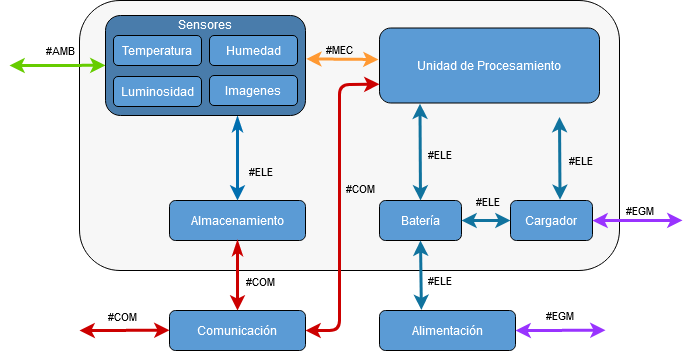
tlondero/Dise-o keeps this draw.io diagram as Utils/Drawio/EsquemaModular2.png. Above is the earlier version. Source tidied: cells renumbered, new cells last; positions are measured from the earlier drawing's top-left corner, leaving out a move shared by most shapes. The source it was exported from:
```xml
<mxGraphModel>
  <root>
    <mxCell id="0" />
    <mxCell id="1" parent="0" />
    <mxCell id="2" style="group;" parent="1" vertex="1">
      <mxGeometry width="673" height="350" as="geometry" />
    </mxCell>
    <mxCell id="3" style="rounded=1;whiteSpace=wrap;html=1;fillColor=#F7F7F7;" parent="2" vertex="1">
      <mxGeometry x="70" width="540" height="270" as="geometry" />
    </mxCell>
    <mxCell id="4" value="&lt;font color=&quot;#FFFFFF&quot;&gt;Unidad de Procesamiento&lt;/font&gt;" style="rounded=1;whiteSpace=wrap;html=1;fillColor=#5B9BD5;" parent="2" vertex="1">
      <mxGeometry x="370" y="27.5" width="220" height="75" as="geometry" />
    </mxCell>
    <mxCell id="5" value="&lt;font color=&quot;#ffffff&quot;&gt;Almacenamiento&lt;/font&gt;" style="rounded=1;whiteSpace=wrap;html=1;fillColor=#5B9BD5;" parent="2" vertex="1">
      <mxGeometry x="160" y="200" width="136" height="40" as="geometry" />
    </mxCell>
    <mxCell id="6" value="&lt;font color=&quot;#ffffff&quot;&gt;Comunicación&lt;/font&gt;" style="rounded=1;whiteSpace=wrap;html=1;fillColor=#5B9BD5;" parent="2" vertex="1">
      <mxGeometry x="160" y="310" width="136" height="40" as="geometry" />
    </mxCell>
    <mxCell id="7" style="edgeStyle=orthogonalEdgeStyle;rounded=0;jettySize=auto;html=1;startArrow=classicThin;startFill=1;strokeWidth=3;fillColor=#1ba1e2;strokeColor=#006EAF;exitX=0.66;exitY=1.011;exitDx=0;exitDy=0;exitPerimeter=0;" parent="2" edge="1" source="35" target="5">
      <mxGeometry relative="1" as="geometry" />
    </mxCell>
    <mxCell id="8" value="#ELE" style="edgeLabel;html=1;align=center;verticalAlign=middle;labelBackgroundColor=none;" parent="7" vertex="1">
      <mxGeometry x="-0.34" y="2" relative="1" as="geometry">
        <mxPoint x="20" y="26" as="offset" />
      </mxGeometry>
    </mxCell>
    <mxCell id="9" value="&lt;font color=&quot;#ffffff&quot;&gt;Batería&lt;/font&gt;" style="rounded=1;whiteSpace=wrap;html=1;fillColor=#5B9BD5;" parent="2" vertex="1">
      <mxGeometry x="370" y="200" width="82" height="40" as="geometry" />
    </mxCell>
    <mxCell id="10" value="&lt;font color=&quot;#ffffff&quot;&gt;Alimentación&lt;/font&gt;" style="rounded=1;whiteSpace=wrap;html=1;fillColor=#5B9BD5;" parent="2" vertex="1">
      <mxGeometry x="370" y="310" width="136" height="40" as="geometry" />
    </mxCell>
    <mxCell id="11" style="endArrow=classic;startArrow=classic;html=1;strokeWidth=3;fillColor=#b1ddf0;exitX=0.5;exitY=0;exitDx=0;exitDy=0;strokeColor=#10739e;entryX=0.184;entryY=1.009;entryDx=0;entryDy=0;entryPerimeter=0;" parent="2" edge="1" source="9" target="4">
      <mxGeometry relative="1" as="geometry" />
    </mxCell>
    <mxCell id="12" value="#ELE" style="edgeLabel;html=1;align=center;verticalAlign=middle;labelBackgroundColor=none;" parent="11" vertex="1">
      <mxGeometry x="-0.18" y="-1" relative="1" as="geometry">
        <mxPoint x="18" y="-6" as="offset" />
      </mxGeometry>
    </mxCell>
    <mxCell id="13" style="endArrow=classic;startArrow=classic;html=1;strokeWidth=3;fillColor=#fa6800;exitX=1.004;exitY=0.434;exitDx=0;exitDy=0;strokeColor=#FF9933;exitPerimeter=0;" parent="2" edge="1" source="35">
      <mxGeometry relative="1" as="geometry">
        <mxPoint x="369" y="59" as="targetPoint" />
      </mxGeometry>
    </mxCell>
    <mxCell id="14" value="#MEC" style="edgeLabel;html=1;align=center;verticalAlign=middle;labelBackgroundColor=none;" parent="13" vertex="1">
      <mxGeometry x="0.54" y="-1" relative="1" as="geometry">
        <mxPoint x="-23" y="-11" as="offset" />
      </mxGeometry>
    </mxCell>
    <mxCell id="15" style="endArrow=classic;startArrow=classic;html=1;strokeWidth=3;fillColor=#b1ddf0;entryX=0.5;entryY=1;entryDx=0;entryDy=0;exitX=0.308;exitY=-0.015;exitDx=0;exitDy=0;strokeColor=#10739e;exitPerimeter=0;" parent="2" edge="1">
      <mxGeometry relative="1" as="geometry">
        <mxPoint x="411.9" y="309.4" as="sourcePoint" />
        <mxPoint x="411" y="240" as="targetPoint" />
      </mxGeometry>
    </mxCell>
    <mxCell id="16" value="#ELE" style="edgeLabel;html=1;align=center;verticalAlign=middle;labelBackgroundColor=none;" parent="15" vertex="1">
      <mxGeometry x="-0.6" relative="1" as="geometry">
        <mxPoint x="18" y="-16" as="offset" />
      </mxGeometry>
    </mxCell>
    <mxCell id="17" style="edgeStyle=orthogonalEdgeStyle;rounded=0;jettySize=auto;html=1;startArrow=classicThin;startFill=1;strokeWidth=3;fillColor=#e51400;strokeColor=#CC0000;" parent="2" edge="1" source="5" target="6">
      <mxGeometry relative="1" as="geometry" />
    </mxCell>
    <mxCell id="18" value="#COM" style="edgeLabel;html=1;align=center;verticalAlign=middle;labelBackgroundColor=none;" parent="17" vertex="1">
      <mxGeometry x="0.33" y="2" relative="1" as="geometry">
        <mxPoint x="20" y="-6" as="offset" />
      </mxGeometry>
    </mxCell>
    <mxCell id="19" style="endArrow=classic;startArrow=classic;html=1;strokeWidth=3;fillColor=#e51400;exitX=1;exitY=0.5;exitDx=0;exitDy=0;entryX=0;entryY=0.75;entryDx=0;entryDy=0;strokeColor=#CC0000;" parent="2" edge="1" source="6" target="4">
      <mxGeometry relative="1" as="geometry">
        <Array as="points">
          <mxPoint x="330" y="330" />
          <mxPoint x="330" y="84" />
        </Array>
      </mxGeometry>
    </mxCell>
    <mxCell id="20" value="#COM" style="edgeLabel;html=1;align=center;verticalAlign=middle;labelBackgroundColor=none;" parent="19" vertex="1">
      <mxGeometry x="-0.57" y="-4" relative="1" as="geometry">
        <mxPoint x="16" y="-108" as="offset" />
      </mxGeometry>
    </mxCell>
    <mxCell id="21" style="endArrow=classic;startArrow=classic;html=1;strokeWidth=3;fillColor=#d5e8d4;gradientColor=#97d077;strokeColor=#66CC00;exitX=0;exitY=0.5;exitDx=0;exitDy=0;" parent="2" edge="1">
      <mxGeometry relative="1" as="geometry">
        <mxPoint x="96" y="64.8" as="sourcePoint" />
        <mxPoint y="65" as="targetPoint" />
      </mxGeometry>
    </mxCell>
    <mxCell id="22" value="#AMB" style="edgeLabel;html=1;align=center;verticalAlign=middle;labelBackgroundColor=none;" parent="21" vertex="1">
      <mxGeometry x="-0.23" y="1" relative="1" as="geometry">
        <mxPoint x="-9" y="-16" as="offset" />
      </mxGeometry>
    </mxCell>
    <mxCell id="23" style="endArrow=classic;startArrow=classic;html=1;strokeWidth=3;fillColor=none;entryX=0;entryY=0.5;entryDx=0;entryDy=0;strokeColor=#CC0000;" parent="2" edge="1">
      <mxGeometry relative="1" as="geometry">
        <mxPoint x="70" y="330" as="sourcePoint" />
        <mxPoint x="160" y="329.8" as="targetPoint" />
      </mxGeometry>
    </mxCell>
    <mxCell id="24" value="#COM" style="edgeLabel;html=1;align=center;verticalAlign=middle;labelBackgroundColor=none;" parent="23" vertex="1">
      <mxGeometry x="-0.15" y="2" relative="1" as="geometry">
        <mxPoint x="5" y="-12" as="offset" />
      </mxGeometry>
    </mxCell>
    <mxCell id="25" style="endArrow=classic;startArrow=classic;html=1;strokeWidth=3;fillColor=#6a00ff;entryX=0;entryY=0.5;entryDx=0;entryDy=0;strokeColor=#9933FF;" parent="2" edge="1">
      <mxGeometry relative="1" as="geometry">
        <mxPoint x="506" y="330" as="sourcePoint" />
        <mxPoint x="596" y="329.8" as="targetPoint" />
      </mxGeometry>
    </mxCell>
    <mxCell id="26" value="#EGM" style="edgeLabel;html=1;align=center;verticalAlign=middle;labelBackgroundColor=none;" parent="25" vertex="1">
      <mxGeometry x="0.34" y="1" relative="1" as="geometry">
        <mxPoint x="-16" y="-14" as="offset" />
      </mxGeometry>
    </mxCell>
    <mxCell id="27" value="&lt;font color=&quot;#ffffff&quot;&gt;Cargador&lt;/font&gt;" style="rounded=1;whiteSpace=wrap;html=1;fillColor=#5B9BD5;" parent="2" vertex="1">
      <mxGeometry x="501" y="200" width="82" height="40" as="geometry" />
    </mxCell>
    <mxCell id="28" style="endArrow=classic;startArrow=classic;html=1;strokeWidth=3;fillColor=#b1ddf0;entryX=0;entryY=0.5;entryDx=0;entryDy=0;exitX=1;exitY=0.5;exitDx=0;exitDy=0;strokeColor=#10739e;" parent="2" edge="1" source="9" target="27">
      <mxGeometry relative="1" as="geometry" />
    </mxCell>
    <mxCell id="29" value="#ELE" style="edgeLabel;html=1;align=center;verticalAlign=middle;labelBackgroundColor=none;" parent="28" vertex="1">
      <mxGeometry x="0.7" y="2" relative="1" as="geometry">
        <mxPoint x="-17" y="-18" as="offset" />
      </mxGeometry>
    </mxCell>
    <mxCell id="30" style="endArrow=classic;startArrow=classic;html=1;strokeWidth=3;fillColor=#6a00ff;entryX=0;entryY=0.5;entryDx=0;entryDy=0;strokeColor=#9933FF;" parent="2" edge="1">
      <mxGeometry relative="1" as="geometry">
        <mxPoint x="583" y="220.1" as="sourcePoint" />
        <mxPoint x="673" y="219.9" as="targetPoint" />
      </mxGeometry>
    </mxCell>
    <mxCell id="31" value="#EGM" style="edgeLabel;html=1;align=center;verticalAlign=middle;labelBackgroundColor=none;" parent="30" vertex="1">
      <mxGeometry x="0.49" relative="1" as="geometry">
        <mxPoint x="-20" y="-10" as="offset" />
      </mxGeometry>
    </mxCell>
    <mxCell id="32" style="endArrow=classic;startArrow=classic;html=1;strokeWidth=3;fillColor=#b1ddf0;exitX=0.5;exitY=0;exitDx=0;exitDy=0;strokeColor=#10739e;entryX=0.184;entryY=1.009;entryDx=0;entryDy=0;entryPerimeter=0;" parent="2" edge="1">
      <mxGeometry relative="1" as="geometry">
        <mxPoint x="550.5" y="199.3" as="sourcePoint" />
        <mxPoint x="550" y="116.5" as="targetPoint" />
      </mxGeometry>
    </mxCell>
    <mxCell id="33" value="#ELE" style="edgeLabel;html=1;align=center;verticalAlign=middle;labelBackgroundColor=none;" parent="32" vertex="1">
      <mxGeometry x="-0.19" y="-2" relative="1" as="geometry">
        <mxPoint x="18" y="-7" as="offset" />
      </mxGeometry>
    </mxCell>
    <mxCell id="34" style="group;" parent="2" vertex="1">
      <mxGeometry x="96" y="14" width="200" height="101" as="geometry" />
    </mxCell>
    <mxCell id="35" style="rounded=1;whiteSpace=wrap;html=1;fillColor=#497CAB;" parent="34" vertex="1">
      <mxGeometry y="1" width="200" height="100" as="geometry" />
    </mxCell>
    <mxCell id="36" value="&lt;font color=&quot;#FFFFFF&quot;&gt;Temperatura&lt;/font&gt;" style="rounded=1;whiteSpace=wrap;html=1;fillColor=#5B9BD5;" parent="34" vertex="1">
      <mxGeometry x="8" y="21" width="88" height="30" as="geometry" />
    </mxCell>
    <mxCell id="37" value="&lt;font color=&quot;#FFFFFF&quot;&gt;Humedad&lt;/font&gt;" style="rounded=1;whiteSpace=wrap;html=1;fillColor=#5B9BD5;" parent="34" vertex="1">
      <mxGeometry x="104" y="21" width="88" height="30" as="geometry" />
    </mxCell>
    <mxCell id="38" value="&lt;font color=&quot;#FFFFFF&quot;&gt;Luminosidad&lt;/font&gt;" style="rounded=1;whiteSpace=wrap;html=1;fillColor=#5B9BD5;" parent="34" vertex="1">
      <mxGeometry x="8" y="62" width="88" height="30" as="geometry" />
    </mxCell>
    <mxCell id="39" value="&lt;font color=&quot;#FFFFFF&quot;&gt;Imagenes&lt;/font&gt;" style="rounded=1;whiteSpace=wrap;html=1;fillColor=#5B9BD5;" parent="34" vertex="1">
      <mxGeometry x="104" y="61" width="88" height="30" as="geometry" />
    </mxCell>
    <mxCell id="40" value="&lt;font color=&quot;#FFFFFF&quot;&gt;&lt;span style=&quot;background-color: transparent&quot;&gt;Sensores&lt;/span&gt;&lt;/font&gt;" style="text;html=1;align=center;verticalAlign=middle;strokeColor=none;shadow=0;rounded=0;" parent="34" vertex="1">
      <mxGeometry x="64" width="70" height="20" as="geometry" />
    </mxCell>
  </root>
</mxGraphModel>
```
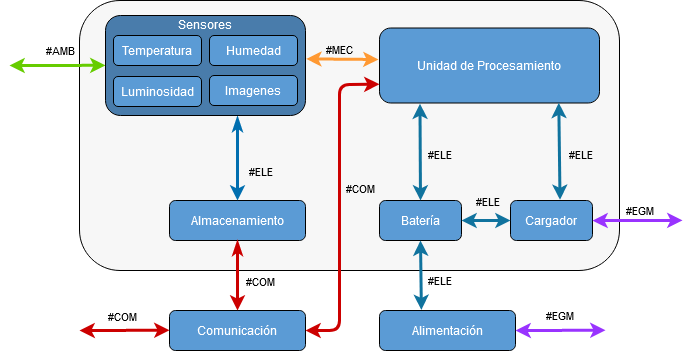
After the change.

What changed in the source:
```diff
@@ -136,10 +136,9 @@
         <mxPoint x="-20" y="-10" as="offset" />
       </mxGeometry>
     </mxCell>
-    <mxCell id="32" style="endArrow=classic;startArrow=classic;html=1;strokeWidth=3;fillColor=#b1ddf0;exitX=0.5;exitY=0;exitDx=0;exitDy=0;strokeColor=#10739e;entryX=0.184;entryY=1.009;entryDx=0;entryDy=0;entryPerimeter=0;" parent="2" edge="1">
+    <mxCell id="32" style="endArrow=classic;startArrow=classic;html=1;strokeWidth=3;fillColor=#b1ddf0;exitX=0.5;exitY=0;exitDx=0;exitDy=0;strokeColor=#10739e;entryX=0.815;entryY=0.998;entryDx=0;entryDy=0;entryPerimeter=0;" parent="2" edge="1" target="4">
       <mxGeometry relative="1" as="geometry">
         <mxPoint x="550.5" y="199.3" as="sourcePoint" />
-        <mxPoint x="550" y="116.5" as="targetPoint" />
       </mxGeometry>
     </mxCell>
     <mxCell id="33" value="#ELE" style="edgeLabel;html=1;align=center;verticalAlign=middle;labelBackgroundColor=none;" parent="32" vertex="1">
```
